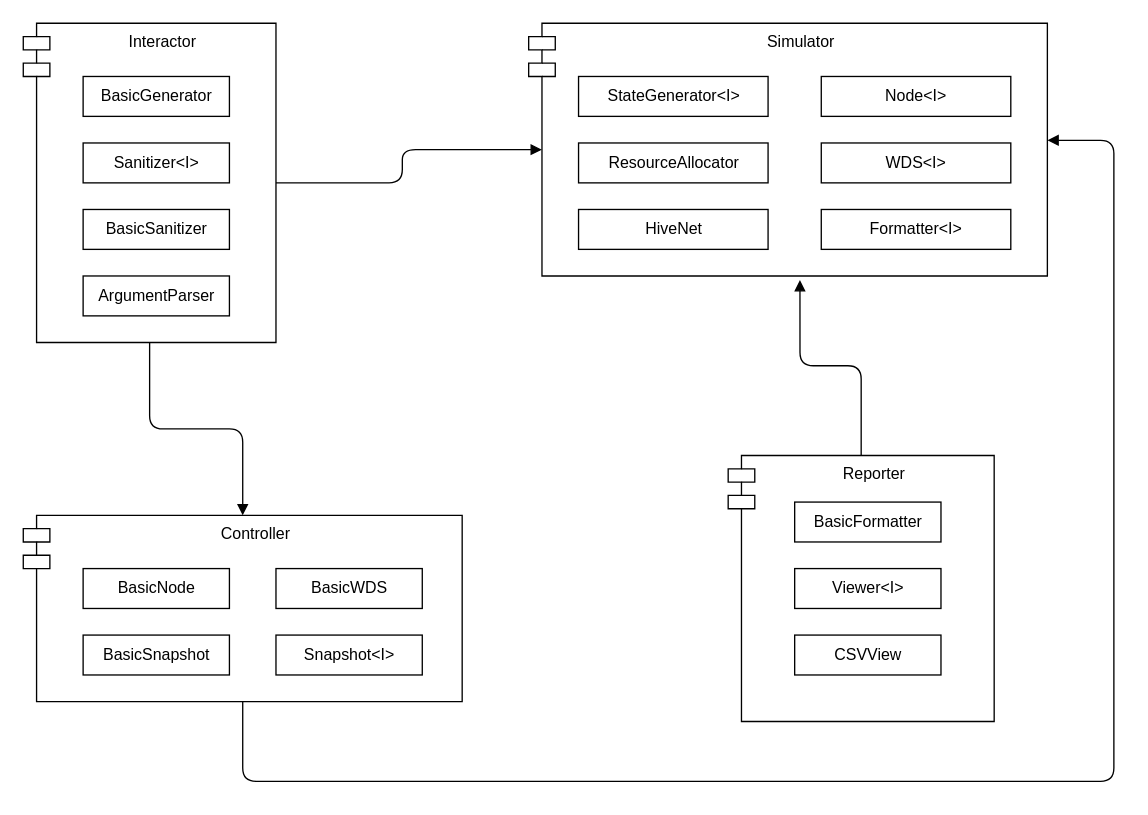
arstevens/hive-sim keeps this draw.io diagram as page "Page-1" (1 of 3) of specs/DesignSpecs.drawio. Above is the earlier version. Source tidied: cells renumbered, new cells numbered last; positions are measured from the earlier drawing's top-left corner, leaving out a move shared by most shapes. Both pictures are drawn from the tidied source at 133%, with x=0, y=0 at pixel (23, 23).
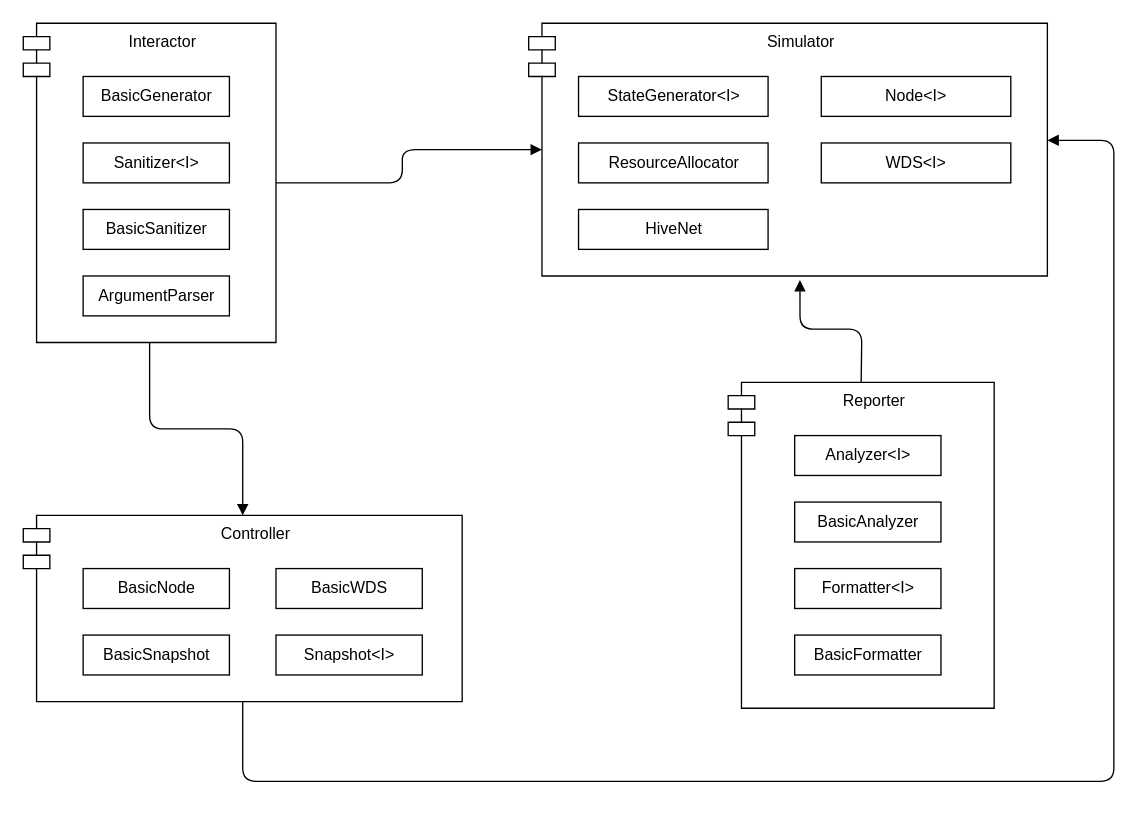
The same page after the edit.

The change refers to these unchanged cells:
```xml
<mxCell id="7" value="Simulator" style="shape=module;align=left;spacingLeft=20;align=center;verticalAlign=top;" parent="1" vertex="1">
  <mxGeometry x="380" width="390" height="190" as="geometry" />
</mxCell>
```

Change to the diagram source:
```diff
@@
     <mxCell id="18" value="Reporter" style="shape=module;align=left;spacingLeft=20;align=center;verticalAlign=top;" parent="1" vertex="1">
-      <mxGeometry x="530" y="325" width="200" height="200" as="geometry" />
+      <mxGeometry x="530" y="270" width="200" height="245" as="geometry" />
     </mxCell>
-    <mxCell id="19" value="BasicFormatter" style="html=1;" parent="1" vertex="1">
+    <mxCell id="19" value="BasicAnalyzer" style="html=1;" parent="1" vertex="1">
       <mxGeometry x="580" y="360" width="110" height="30" as="geometry" />
     </mxCell>
-    <mxCell id="20" value="Formatter&amp;lt;I&amp;gt;" style="html=1;" parent="1" vertex="1">
-      <mxGeometry x="600" y="140" width="142.5" height="30" as="geometry" />
+    <mxCell id="20" value="Analyzer&amp;lt;I&amp;gt;" style="html=1;" parent="1" vertex="1">
+      <mxGeometry x="580" y="310" width="110" height="30" as="geometry" />
     </mxCell>
@@
-    <mxCell id="23" style="endArrow=block;endFill=1;html=1;edgeStyle=orthogonalEdgeStyle;align=left;verticalAlign=top;exitX=0.5;exitY=0;exitDx=0;exitDy=0;entryX=0.523;entryY=1.016;entryDx=0;entryDy=0;entryPerimeter=0;" parent="1" edge="1" source="18" target="7">
-      <mxGeometry x="-1" relative="1" as="geometry" />
+    <mxCell id="23" style="endArrow=block;endFill=1;html=1;edgeStyle=orthogonalEdgeStyle;align=left;verticalAlign=top;entryX=0.523;entryY=1.016;entryDx=0;entryDy=0;entryPerimeter=0;" parent="1" edge="1" target="7">
+      <mxGeometry x="-1" relative="1" as="geometry">
+        <mxPoint x="630" y="270" as="sourcePoint" />
+      </mxGeometry>
     </mxCell>
@@
-    <mxCell id="25" value="Viewer&amp;lt;I&amp;gt;" style="html=1;" parent="1" vertex="1">
+    <mxCell id="25" value="Formatter&amp;lt;I&amp;gt;" style="html=1;" parent="1" vertex="1">
       <mxGeometry x="580" y="410" width="110" height="30" as="geometry" />
     </mxCell>
-    <mxCell id="26" value="CSVView" style="html=1;" parent="1" vertex="1">
+    <mxCell id="26" value="BasicFormatter" style="html=1;" parent="1" vertex="1">
       <mxGeometry x="580" y="460" width="110" height="30" as="geometry" />
     </mxCell>
```
